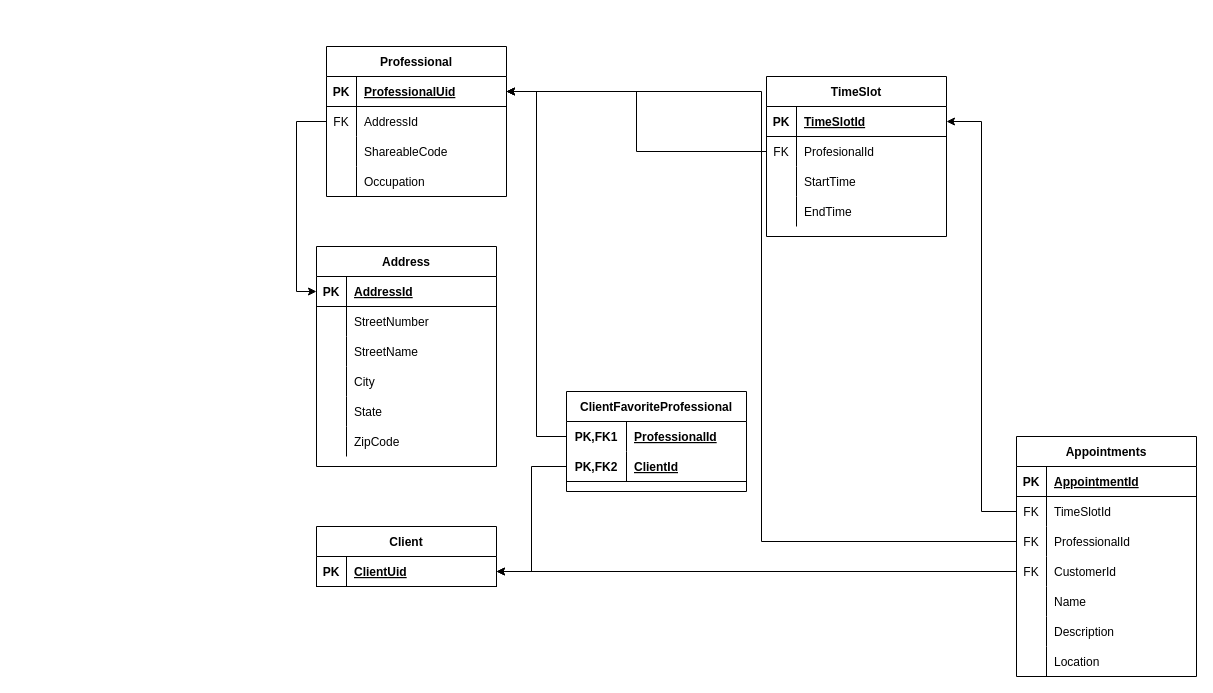
The draw.io diagram Database.drawio in jeremiahbrandt/Appointment-Scheduler-UML, before the edit. Source tidied: cells renumbered, new cells numbered last; positions are measured from the earlier drawing's top-left corner, leaving out a move shared by most shapes. Both pictures are drawn from the tidied source at 100%, with x=0, y=0 at pixel (316, 46).
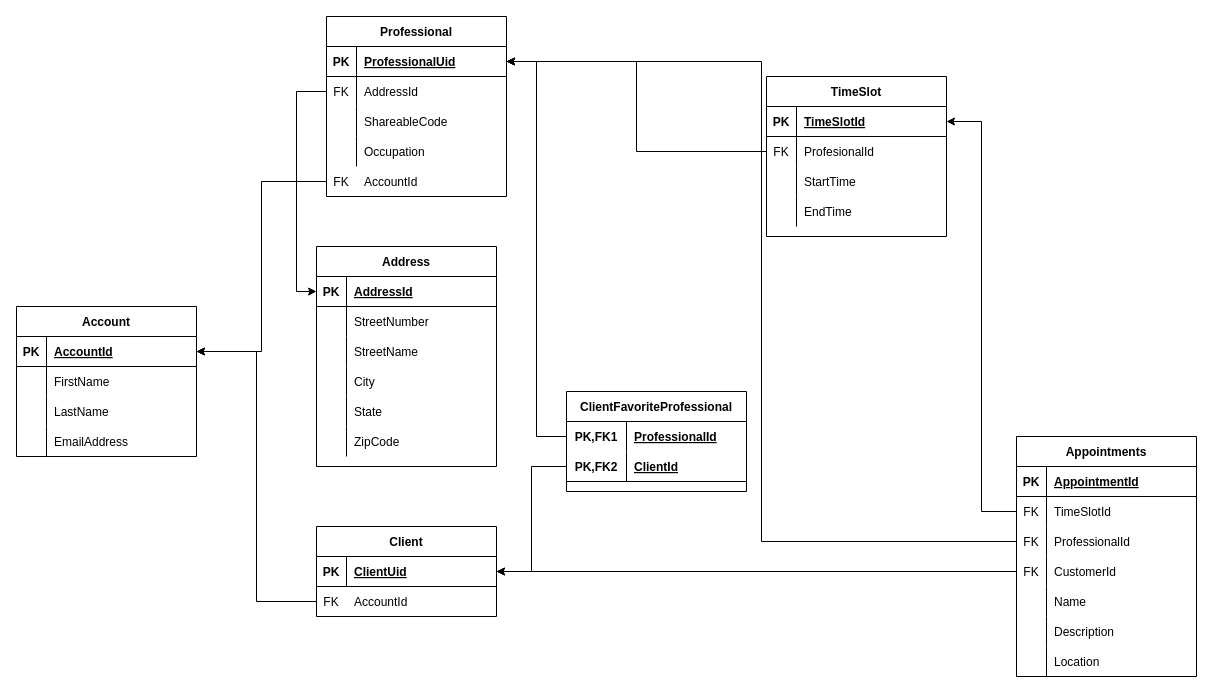
The same page after the edit.

Change to the diagram source:
```diff
@@
     <mxCell id="25" value="Client" style="shape=table;startSize=30;childLayout=tableLayout;rowLines=0;fontStyle=1;align=center;" parent="1" vertex="1">
-      <mxGeometry y="480" width="180" height="60" as="geometry" />
+      <mxGeometry y="480" width="180" height="90" as="geometry" />
     </mxCell>
@@
     <mxCell id="29" value="Professional" style="shape=table;startSize=30;childLayout=tableLayout;rowLines=0;fontStyle=1;align=center;" parent="1" vertex="1">
-      <mxGeometry x="10" width="180" height="150" as="geometry" />
+      <mxGeometry x="10" y="-30" width="180" height="180" as="geometry" />
     </mxCell>
@@
+    <mxCell id="87" value="Account" style="shape=table;startSize=30;childLayout=tableLayout;rowLines=0;fontStyle=1;align=center;" parent="1" vertex="1">
+      <mxGeometry x="-300" y="260" width="180" height="150" as="geometry" />
+    </mxCell>
+    <mxCell id="88" style="shape=partialRectangle;fillColor=none;top=0;left=0;bottom=1;right=0;points=[[0,0.5],[1,0.5]];portConstraint=eastwest;" parent="87" vertex="1">
+      <mxGeometry y="30" width="180" height="30" as="geometry" />
+    </mxCell>
+    <mxCell id="89" value="PK" style="shape=partialRectangle;fillColor=none;top=0;left=0;bottom=0;right=0;fontStyle=1;overflow=hidden;" parent="88" vertex="1">
+      <mxGeometry width="30" height="30" as="geometry" />
+    </mxCell>
+    <mxCell id="90" value="AccountId" style="shape=partialRectangle;fillColor=none;top=0;left=0;bottom=0;right=0;align=left;spacingLeft=6;fontStyle=5;overflow=hidden;" parent="88" vertex="1">
+      <mxGeometry x="30" width="150" height="30" as="geometry" />
+    </mxCell>
+    <mxCell id="91" style="shape=partialRectangle;fillColor=none;top=0;left=0;bottom=0;right=0;" parent="87" vertex="1">
+      <mxGeometry y="60" width="180" height="30" as="geometry" />
+    </mxCell>
+    <mxCell id="92" style="shape=partialRectangle;fillColor=none;top=0;left=0;bottom=0;right=0;fontStyle=0;overflow=hidden;" parent="91" vertex="1">
+      <mxGeometry width="30" height="30" as="geometry" />
+    </mxCell>
+    <mxCell id="93" value="FirstName" style="shape=partialRectangle;fillColor=none;top=0;left=0;bottom=0;right=0;align=left;spacingLeft=6;fontStyle=0;overflow=hidden;" parent="91" vertex="1">
+      <mxGeometry x="30" width="150" height="30" as="geometry" />
+    </mxCell>
+    <mxCell id="94" style="shape=partialRectangle;fillColor=none;top=0;left=0;bottom=0;right=0;" parent="87" vertex="1">
+      <mxGeometry y="90" width="180" height="30" as="geometry" />
+    </mxCell>
+    <mxCell id="95" style="shape=partialRectangle;fillColor=none;top=0;left=0;bottom=0;right=0;overflow=hidden;" parent="94" vertex="1">
+      <mxGeometry width="30" height="30" as="geometry" />
+    </mxCell>
+    <mxCell id="96" value="LastName" style="shape=partialRectangle;fillColor=none;top=0;left=0;bottom=0;right=0;align=left;spacingLeft=6;overflow=hidden;" parent="94" vertex="1">
+      <mxGeometry x="30" width="150" height="30" as="geometry" />
+    </mxCell>
+    <mxCell id="97" style="shape=partialRectangle;fillColor=none;top=0;left=0;bottom=0;right=0;" parent="87" vertex="1">
+      <mxGeometry y="120" width="180" height="30" as="geometry" />
+    </mxCell>
+    <mxCell id="98" style="shape=partialRectangle;fillColor=none;top=0;left=0;bottom=0;right=0;overflow=hidden;" parent="97" vertex="1">
+      <mxGeometry width="30" height="30" as="geometry" />
+    </mxCell>
+    <mxCell id="99" value="EmailAddress" style="shape=partialRectangle;fillColor=none;top=0;left=0;bottom=0;right=0;align=left;spacingLeft=6;overflow=hidden;" parent="97" vertex="1">
+      <mxGeometry x="30" width="150" height="30" as="geometry" />
+    </mxCell>
+    <mxCell id="100" style="edgeStyle=orthogonalEdgeStyle;rounded=0;jettySize=auto;html=1;" parent="1" edge="1" source="101" target="88">
+      <mxGeometry relative="1" as="geometry" />
+    </mxCell>
+    <mxCell id="101" style="shape=partialRectangle;fillColor=none;top=0;left=0;bottom=0;right=0;points=[[0,0.5],[1,0.5]];portConstraint=eastwest;" parent="1" vertex="1">
+      <mxGeometry x="10" y="120" width="180" height="30" as="geometry" />
+    </mxCell>
+    <mxCell id="102" value="FK" style="shape=partialRectangle;fillColor=none;top=0;left=0;bottom=0;right=0;fontStyle=0;overflow=hidden;" parent="101" vertex="1">
+      <mxGeometry width="30" height="30" as="geometry" />
+    </mxCell>
+    <mxCell id="103" value="AccountId" style="shape=partialRectangle;fillColor=none;top=0;left=0;bottom=0;right=0;align=left;spacingLeft=6;fontStyle=0;overflow=hidden;" parent="101" vertex="1">
+      <mxGeometry x="30" width="150" height="30" as="geometry" />
+    </mxCell>
+    <mxCell id="104" style="edgeStyle=orthogonalEdgeStyle;rounded=0;jettySize=auto;html=1;" parent="1" edge="1" source="105" target="88">
+      <mxGeometry relative="1" as="geometry" />
+    </mxCell>
+    <mxCell id="105" style="shape=partialRectangle;fillColor=none;top=0;left=0;bottom=0;right=0;points=[[0,0.5],[1,0.5]];portConstraint=eastwest;" parent="1" vertex="1">
+      <mxGeometry y="540" width="180" height="30" as="geometry" />
+    </mxCell>
+    <mxCell id="106" value="FK" style="shape=partialRectangle;fillColor=none;top=0;left=0;bottom=0;right=0;fontStyle=0;overflow=hidden;" parent="105" vertex="1">
+      <mxGeometry width="30" height="30" as="geometry" />
+    </mxCell>
+    <mxCell id="107" value="AccountId" style="shape=partialRectangle;fillColor=none;top=0;left=0;bottom=0;right=0;align=left;spacingLeft=6;fontStyle=0;overflow=hidden;" parent="105" vertex="1">
+      <mxGeometry x="30" width="150" height="30" as="geometry" />
+    </mxCell>
```
